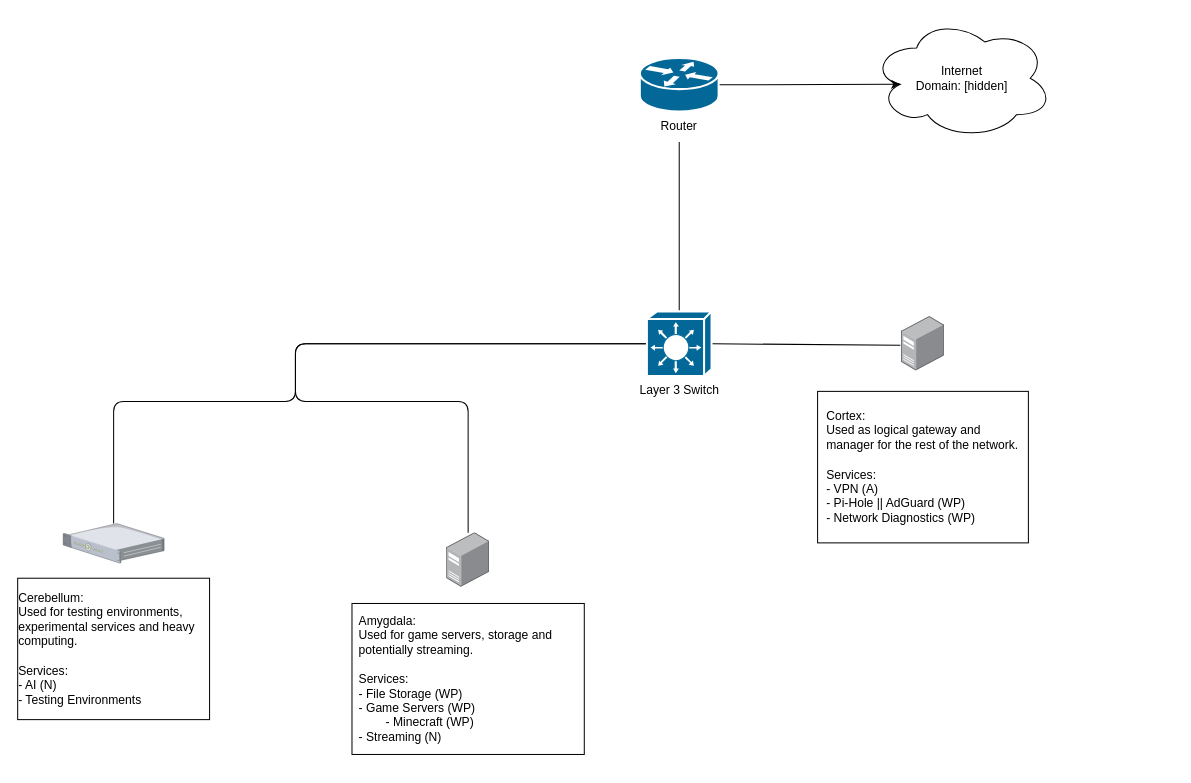
Above: diagrams/network-diagram.drawio in Luci-Paz/homelab (draw.io), before the change. Source tidied: cells renumbered, new cells numbered last; positions are measured from the earlier drawing's top-left corner, leaving out a move shared by most shapes. Both pictures are drawn from the tidied source at 101%, with x=0, y=0 at pixel (17, 17).
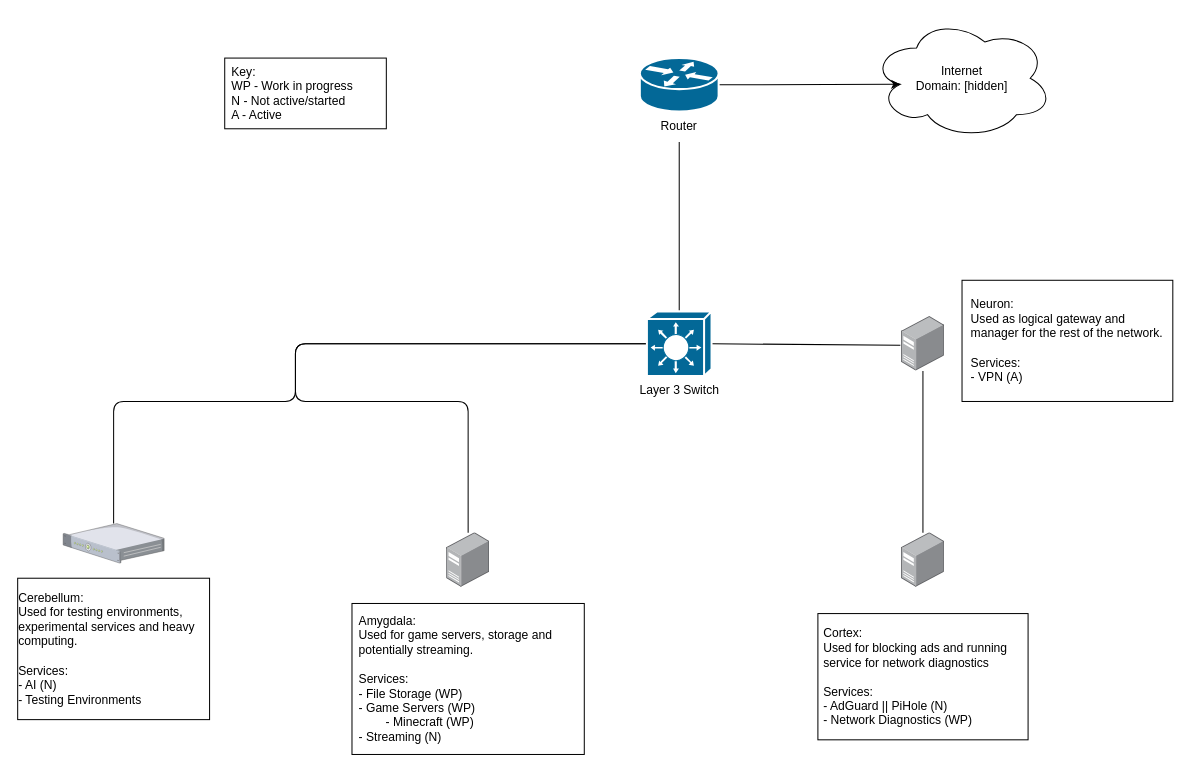
The same diagram, later.

Commit message (it also covers changes not shown here):
docs: Beginning device docs and updated network diagram

Unchanged cells that the change refers to:
```xml
<mxCell id="14" value="&lt;div&gt;&lt;br&gt;&lt;/div&gt;" style="image;points=[];html=1;align=center;shadow=0;dashed=0;image=img/lib/allied_telesis/computer_and_terminals/Server_Desktop.svg;" parent="1" vertex="1">
  <mxGeometry x="875" y="295.8" width="42.6" height="54" as="geometry" />
</mxCell>
```

Change to the diagram source:
```diff
@@
+    <mxCell id="20" style="edgeStyle=orthogonalEdgeStyle;rounded=0;jettySize=auto;html=1;endArrow=none;endFill=0;" parent="1" edge="1" source="14" target="21">
+      <mxGeometry relative="1" as="geometry" />
+    </mxCell>
@@
-    <mxCell id="15" value="&lt;div align=&quot;left&quot;&gt;Cortex:&lt;/div&gt;&lt;div align=&quot;left&quot;&gt;Used as logical gateway and manager for the rest of the network.&lt;/div&gt;&lt;div align=&quot;left&quot;&gt;&lt;br&gt;&lt;/div&gt;&lt;div align=&quot;left&quot;&gt;Services:&lt;/div&gt;&lt;div align=&quot;left&quot;&gt;- VPN (A)&lt;/div&gt;&lt;div align=&quot;left&quot;&gt;- Pi-Hole || AdGuard (WP)&lt;/div&gt;&lt;div align=&quot;left&quot;&gt;- Network Diagnostics (WP)&lt;/div&gt;" style="whiteSpace=wrap;html=1;perimeterSpacing=0;spacingLeft=8;" parent="1" vertex="1">
-      <mxGeometry x="792" y="370" width="208.7" height="150" as="geometry" />
+    <mxCell id="15" value="&lt;div align=&quot;left&quot;&gt;Neuron:&lt;/div&gt;&lt;div align=&quot;left&quot;&gt;Used as logical gateway and manager for the rest of the network.&lt;/div&gt;&lt;div align=&quot;left&quot;&gt;&lt;br&gt;&lt;/div&gt;&lt;div align=&quot;left&quot;&gt;Services:&lt;/div&gt;&lt;div align=&quot;left&quot;&gt;- VPN (A)&lt;/div&gt;" style="whiteSpace=wrap;html=1;perimeterSpacing=0;spacingLeft=8;" parent="1" vertex="1">
+      <mxGeometry x="935" y="260" width="208.7" height="120" as="geometry" />
     </mxCell>
@@
+    <mxCell id="21" value="&lt;div&gt;&lt;br&gt;&lt;/div&gt;" style="image;points=[];html=1;align=center;shadow=0;dashed=0;image=img/lib/allied_telesis/computer_and_terminals/Server_Desktop.svg;" parent="1" vertex="1">
+      <mxGeometry x="875" y="510" width="42.6" height="54" as="geometry" />
+    </mxCell>
+    <mxCell id="22" value="&lt;div align=&quot;left&quot;&gt;Cortex:&lt;/div&gt;&lt;div align=&quot;left&quot;&gt;Used for blocking ads and running service for network diagnostics&lt;/div&gt;&lt;div align=&quot;left&quot;&gt;&lt;br&gt;&lt;/div&gt;&lt;div align=&quot;left&quot;&gt;Services:&lt;/div&gt;&lt;div align=&quot;left&quot;&gt;- AdGuard || PiHole (N)&lt;/div&gt;&lt;div align=&quot;left&quot;&gt;- Network Diagnostics (WP)&lt;/div&gt;" style="rounded=0;whiteSpace=wrap;html=1;spacingLeft=5;" parent="1" vertex="1">
+      <mxGeometry x="792.3" y="590" width="208.1" height="125" as="geometry" />
+    </mxCell>
+    <mxCell id="23" value="&lt;div align=&quot;left&quot;&gt;Key:&lt;/div&gt;&lt;div align=&quot;left&quot;&gt;WP - Work in progress&lt;/div&gt;&lt;div&gt;N - Not active/started&lt;/div&gt;&lt;div&gt;A - Active&lt;/div&gt;" style="rounded=0;whiteSpace=wrap;html=1;align=left;spacingLeft=5;" parent="1" vertex="1">
+      <mxGeometry x="205" y="40" width="160" height="70" as="geometry" />
+    </mxCell>
```
